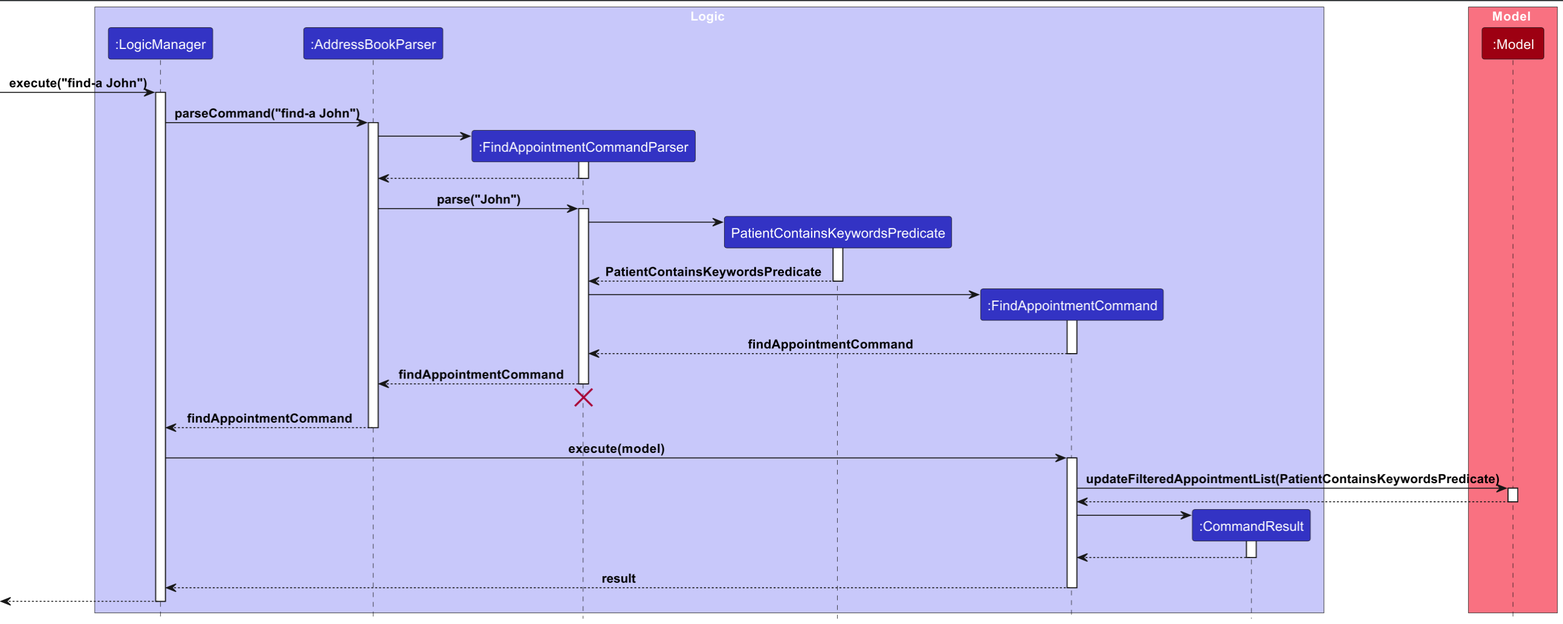
The PlantUML diagram docs/images/FindAppointmentCommandSequenceDiagram.png in nus-cs2103-AY2324S1/tp, before a commit. Its source is kept beside it as docs/diagrams/FIndAppointmentCommandSequenceDiagram.puml.
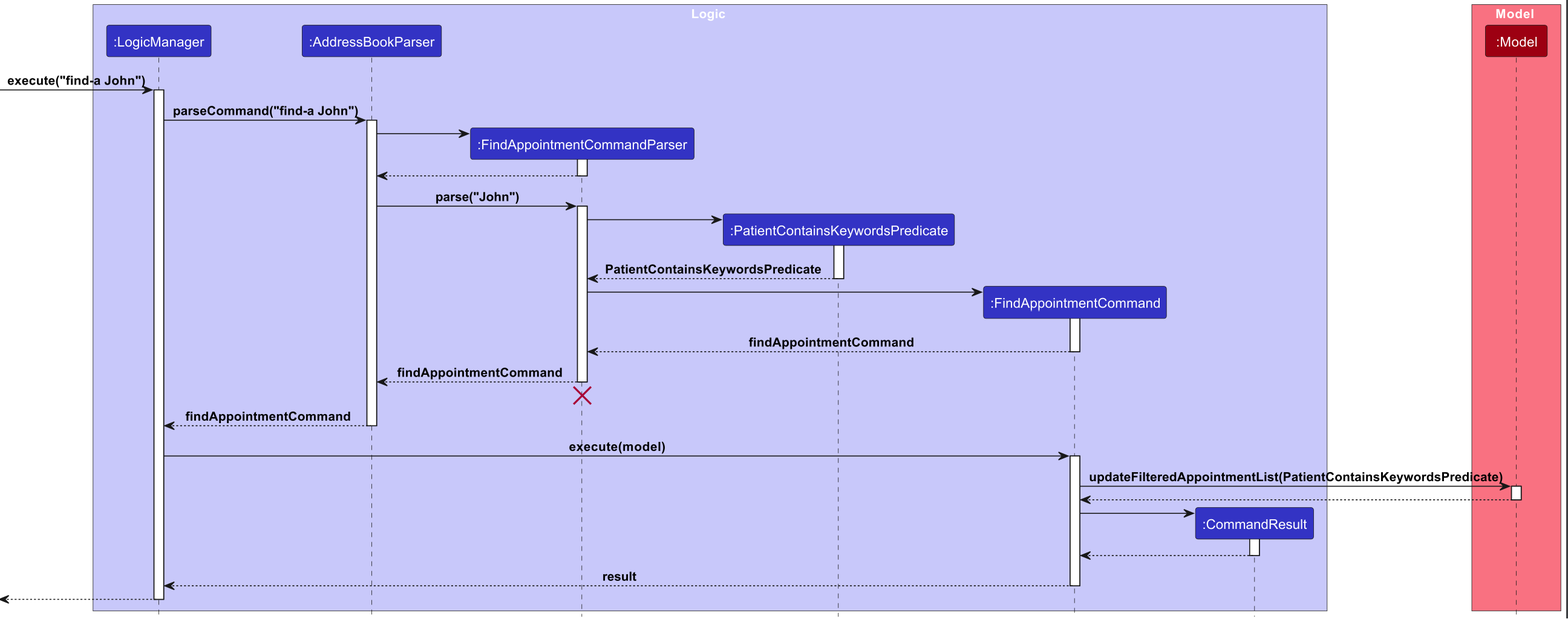
Later version of the same file.

Commit message:
Correct sequence diagram for Find Patient Appointment Feature

Diff of the diagram source:
```diff
@@ -5,7 +5,7 @@
 participant ":LogicManager" as LogicManager LOGIC_COLOR
 participant ":AddressBookParser" as AddressBookParser LOGIC_COLOR
 participant ":FindAppointmentCommandParser" as FindAppointmentCommandParser LOGIC_COLOR
-participant "PatientContainsKeywordsPredicate" as PatientContainsKeywordsPredicate LOGIC_COLOR
+participant ":PatientContainsKeywordsPredicate" as PatientContainsKeywordsPredicate LOGIC_COLOR
 participant ":FindAppointmentCommand" as FindAppointmentCommand LOGIC_COLOR
 participant ":CommandResult" as CommandResult LOGIC_COLOR
 end box
```
